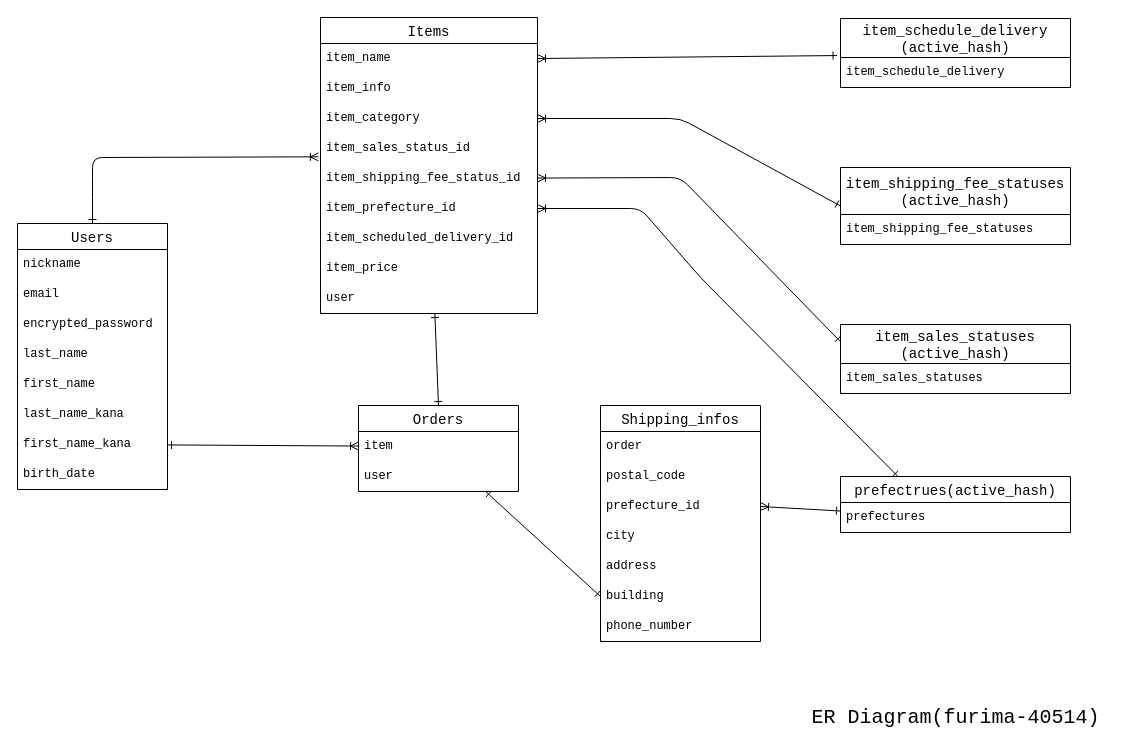
Above: tables.dio in jin5211/furima-40514 (draw.io), before the change. Source tidied: cells renumbered, new cells numbered last; positions are measured from the earlier drawing's top-left corner, leaving out a move shared by most shapes. Both pictures are drawn from the tidied source at 100%, with x=0, y=0 at pixel (17, 17).
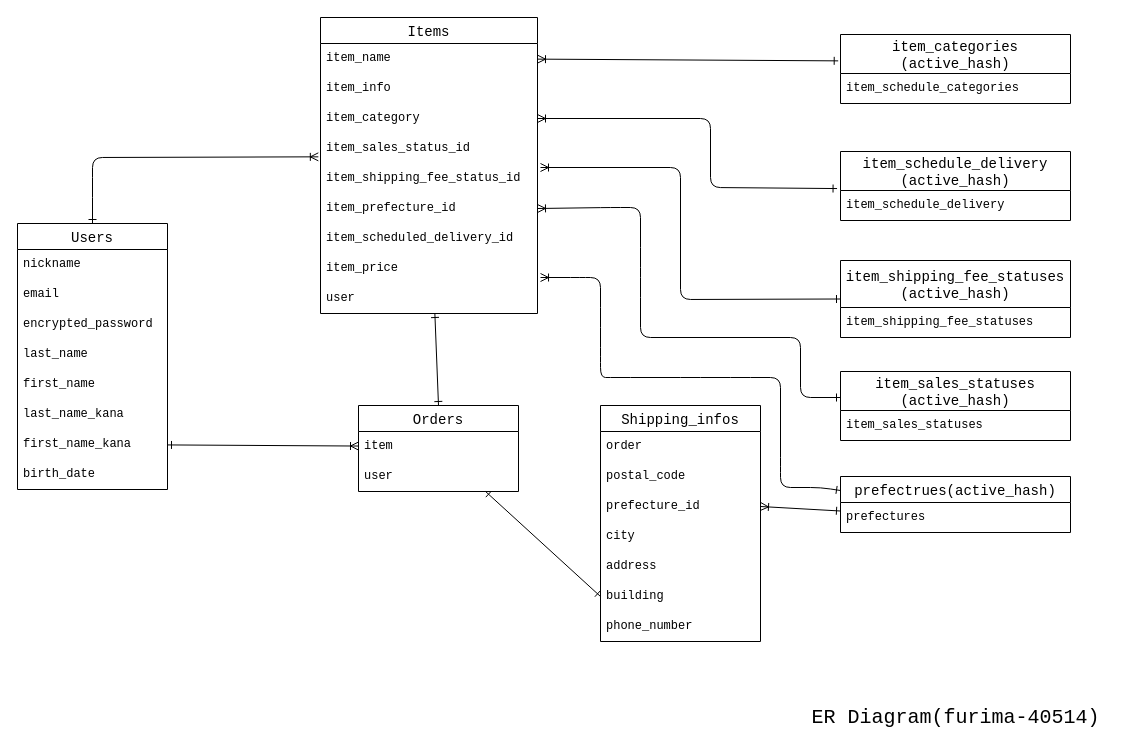
The same page after the edit.

Commit message (it also covers changes not shown here):
テーブル設計（コード修正）

Unchanged cells that the change refers to:
```xml
<mxCell id="4" value="item_name " style="text;strokeColor=none;fillColor=none;spacingLeft=4;spacingRight=4;overflow=hidden;points=[[0,0.5],[1,0.5]];portConstraint=eastwest;fontSize=12;fontFamily=Courier New;" parent="3" vertex="1">
  <mxGeometry y="26" width="217" height="30" as="geometry" />
</mxCell>
<mxCell id="6" value="item_category" style="text;strokeColor=none;fillColor=none;spacingLeft=4;spacingRight=4;overflow=hidden;points=[[0,0.5],[1,0.5]];portConstraint=eastwest;fontSize=12;fontFamily=Courier New;" parent="3" vertex="1">
  <mxGeometry y="86" width="217" height="30" as="geometry" />
</mxCell>
<mxCell id="8" value="item_shipping_fee_status_id" style="text;strokeColor=none;fillColor=none;spacingLeft=4;spacingRight=4;overflow=hidden;points=[[0,0.5],[1,0.5]];portConstraint=eastwest;fontSize=12;fontFamily=Courier New;" parent="3" vertex="1">
  <mxGeometry y="146" width="217" height="30" as="geometry" />
</mxCell>
<mxCell id="9" value="item_prefecture_id" style="text;strokeColor=none;fillColor=none;spacingLeft=4;spacingRight=4;overflow=hidden;points=[[0,0.5],[1,0.5]];portConstraint=eastwest;fontSize=12;fontFamily=Courier New;" parent="3" vertex="1">
  <mxGeometry y="176" width="217" height="30" as="geometry" />
</mxCell>
<mxCell id="12" value="user" style="text;strokeColor=none;fillColor=none;spacingLeft=4;spacingRight=4;overflow=hidden;points=[[0,0.5],[1,0.5]];portConstraint=eastwest;fontSize=12;fontFamily=Courier New;" parent="3" vertex="1">
  <mxGeometry y="266" width="217" height="30" as="geometry" />
</mxCell>
<mxCell id="38" value="prefectrues(active_hash)" style="swimlane;fontStyle=0;horizontal=1;startSize=26;align=center;fontSize=14;fontFamily=Courier New;" parent="1" vertex="1">
  <mxGeometry x="823" y="459" width="230" height="56" as="geometry" />
</mxCell>
<mxCell id="45" value="item_schedule_delivery" style="text;strokeColor=none;fillColor=none;spacingLeft=4;spacingRight=4;overflow=hidden;points=[[0,0.5],[1,0.5]];portConstraint=eastwest;fontSize=12;fontFamily=Courier New;" parent="44" vertex="1">
  <mxGeometry y="39" width="230" height="30" as="geometry" />
</mxCell>
```

Diff of the diagram source:
```diff
@@
-    <mxCell id="37" style="edgeStyle=none;html=1;exitX=0.25;exitY=0;exitDx=0;exitDy=0;entryX=1;entryY=0.5;entryDx=0;entryDy=0;fontFamily=Courier New;startArrow=ERone;startFill=0;endArrow=ERoneToMany;endFill=0;" parent="1" edge="1" source="38" target="9">
+    <mxCell id="37" style="edgeStyle=none;html=1;exitX=0;exitY=0.25;exitDx=0;exitDy=0;entryX=1.014;entryY=-0.2;entryDx=0;entryDy=0;fontFamily=Courier New;startArrow=ERone;startFill=0;endArrow=ERoneToMany;endFill=0;entryPerimeter=0;" parent="1" edge="1" source="38" target="12">
       <mxGeometry relative="1" as="geometry">
         <Array as="points">
-          <mxPoint x="683" y="260" />
-          <mxPoint x="623" y="191" />
+          <mxPoint x="803" y="470" />
+          <mxPoint x="763" y="470" />
+          <mxPoint x="763" y="450" />
+          <mxPoint x="763" y="360" />
+          <mxPoint x="723" y="360" />
+          <mxPoint x="673" y="360" />
+          <mxPoint x="603" y="360" />
+          <mxPoint x="583" y="360" />
+          <mxPoint x="583" y="340" />
+          <mxPoint x="583" y="300" />
+          <mxPoint x="583" y="260" />
+          <mxPoint x="563" y="260" />
         </Array>
       </mxGeometry>
     </mxCell>
@@
     <mxCell id="40" value="item_sales_statuses&#10;(active_hash)" style="swimlane;fontStyle=0;horizontal=1;startSize=39;align=center;fontSize=14;fontFamily=Courier New;" parent="1" vertex="1">
-      <mxGeometry x="823" y="307" width="230" height="69" as="geometry" />
+      <mxGeometry x="823" y="354" width="230" height="69" as="geometry" />
     </mxCell>
@@
     <mxCell id="42" value="item_shipping_fee_statuses&#10;(active_hash)" style="swimlane;fontStyle=0;horizontal=1;startSize=47;align=center;fontSize=14;fontFamily=Courier New;" parent="1" vertex="1">
-      <mxGeometry x="823" y="150" width="230" height="77" as="geometry" />
+      <mxGeometry x="823" y="243" width="230" height="77" as="geometry" />
     </mxCell>
@@
     <mxCell id="44" value="item_schedule_delivery&#10;(active_hash)" style="swimlane;fontStyle=0;horizontal=1;startSize=39;align=center;fontSize=14;fontFamily=Courier New;" parent="1" vertex="1">
-      <mxGeometry x="823" y="1" width="230" height="69" as="geometry" />
+      <mxGeometry x="823" y="134" width="230" height="69" as="geometry" />
     </mxCell>
@@
-    <mxCell id="46" style="edgeStyle=none;html=1;exitX=1;exitY=0.5;exitDx=0;exitDy=0;entryX=-0.015;entryY=-0.065;entryDx=0;entryDy=0;entryPerimeter=0;fontFamily=Courier New;startArrow=ERoneToMany;startFill=0;endArrow=ERone;endFill=0;" parent="1" edge="1" source="4" target="45">
-      <mxGeometry relative="1" as="geometry" />
+    <mxCell id="46" style="edgeStyle=none;html=1;exitX=1;exitY=0.5;exitDx=0;exitDy=0;entryX=-0.015;entryY=-0.065;entryDx=0;entryDy=0;entryPerimeter=0;fontFamily=Courier New;startArrow=ERoneToMany;startFill=0;endArrow=ERone;endFill=0;" parent="1" edge="1" source="6" target="45">
+      <mxGeometry relative="1" as="geometry">
+        <Array as="points">
+          <mxPoint x="693" y="101" />
+          <mxPoint x="693" y="170" />
+        </Array>
+      </mxGeometry>
     </mxCell>
-    <mxCell id="47" style="edgeStyle=none;html=1;entryX=0;entryY=0.5;entryDx=0;entryDy=0;fontFamily=Courier New;startArrow=ERoneToMany;startFill=0;endArrow=ERone;endFill=0;" parent="1" edge="1" source="6" target="42">
+    <mxCell id="47" style="edgeStyle=none;html=1;entryX=0;entryY=0.5;entryDx=0;entryDy=0;fontFamily=Courier New;startArrow=ERoneToMany;startFill=0;endArrow=ERone;endFill=0;" parent="1" edge="1" target="42">
       <mxGeometry relative="1" as="geometry">
+        <mxPoint x="523" y="150" as="sourcePoint" />
         <Array as="points">
-          <mxPoint x="663" y="101" />
+          <mxPoint x="663" y="150" />
+          <mxPoint x="663" y="282" />
         </Array>
       </mxGeometry>
     </mxCell>
-    <mxCell id="48" style="edgeStyle=none;html=1;entryX=0;entryY=0.25;entryDx=0;entryDy=0;fontFamily=Courier New;startArrow=ERoneToMany;startFill=0;endArrow=ERone;endFill=0;" parent="1" edge="1" source="8" target="40">
+    <mxCell id="48" style="edgeStyle=none;html=1;entryX=0;entryY=0.377;entryDx=0;entryDy=0;fontFamily=Courier New;startArrow=ERoneToMany;startFill=0;endArrow=ERone;endFill=0;entryPerimeter=0;exitX=1;exitY=0.5;exitDx=0;exitDy=0;" parent="1" edge="1" source="9" target="40">
       <mxGeometry relative="1" as="geometry">
         <Array as="points">
-          <mxPoint x="663" y="160" />
+          <mxPoint x="593" y="190" />
+          <mxPoint x="623" y="190" />
+          <mxPoint x="623" y="240" />
+          <mxPoint x="623" y="270" />
+          <mxPoint x="623" y="320" />
+          <mxPoint x="783" y="320" />
+          <mxPoint x="783" y="380" />
         </Array>
       </mxGeometry>
     </mxCell>
@@
+    <mxCell id="50" value="item_categories&#10;(active_hash)" style="swimlane;fontStyle=0;horizontal=1;startSize=39;align=center;fontSize=14;fontFamily=Courier New;" parent="1" vertex="1">
+      <mxGeometry x="823" y="17" width="230" height="69" as="geometry" />
+    </mxCell>
+    <mxCell id="51" value="item_schedule_categories" style="text;strokeColor=none;fillColor=none;spacingLeft=4;spacingRight=4;overflow=hidden;fontSize=12;fontFamily=Courier New;" parent="50" vertex="1">
+      <mxGeometry y="39" width="230" height="30" as="geometry" />
+    </mxCell>
+    <mxCell id="52" style="edgeStyle=none;html=1;entryX=-0.01;entryY=0.382;entryDx=0;entryDy=0;entryPerimeter=0;fontFamily=Courier New;startArrow=ERoneToMany;startFill=0;endArrow=ERone;endFill=0;" parent="1" edge="1" source="4" target="50">
+      <mxGeometry relative="1" as="geometry" />
+    </mxCell>
```
